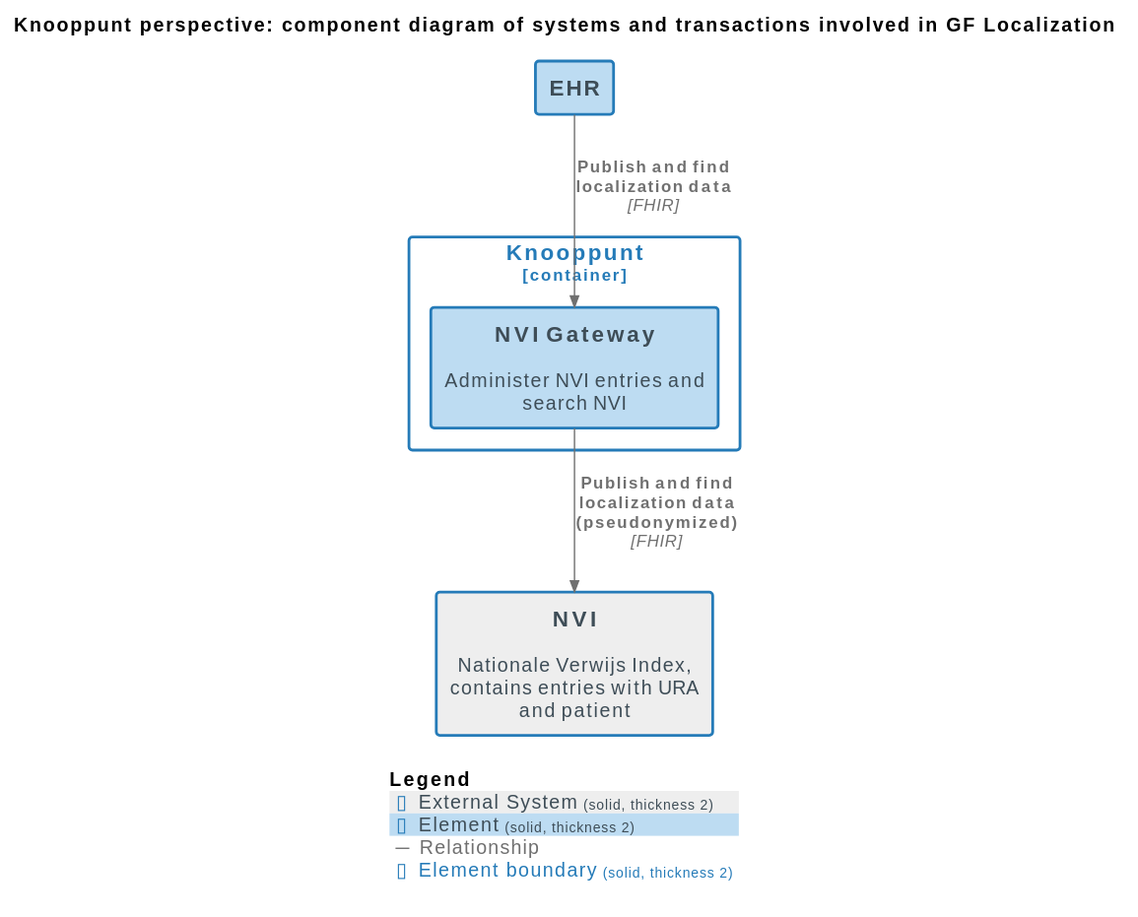
nuts-foundation/nuts-knooppunt keeps this PlantUML diagram as docs/images/structurizr-GF_Localization_ComponentDiagram.svg. Above is the earlier version.
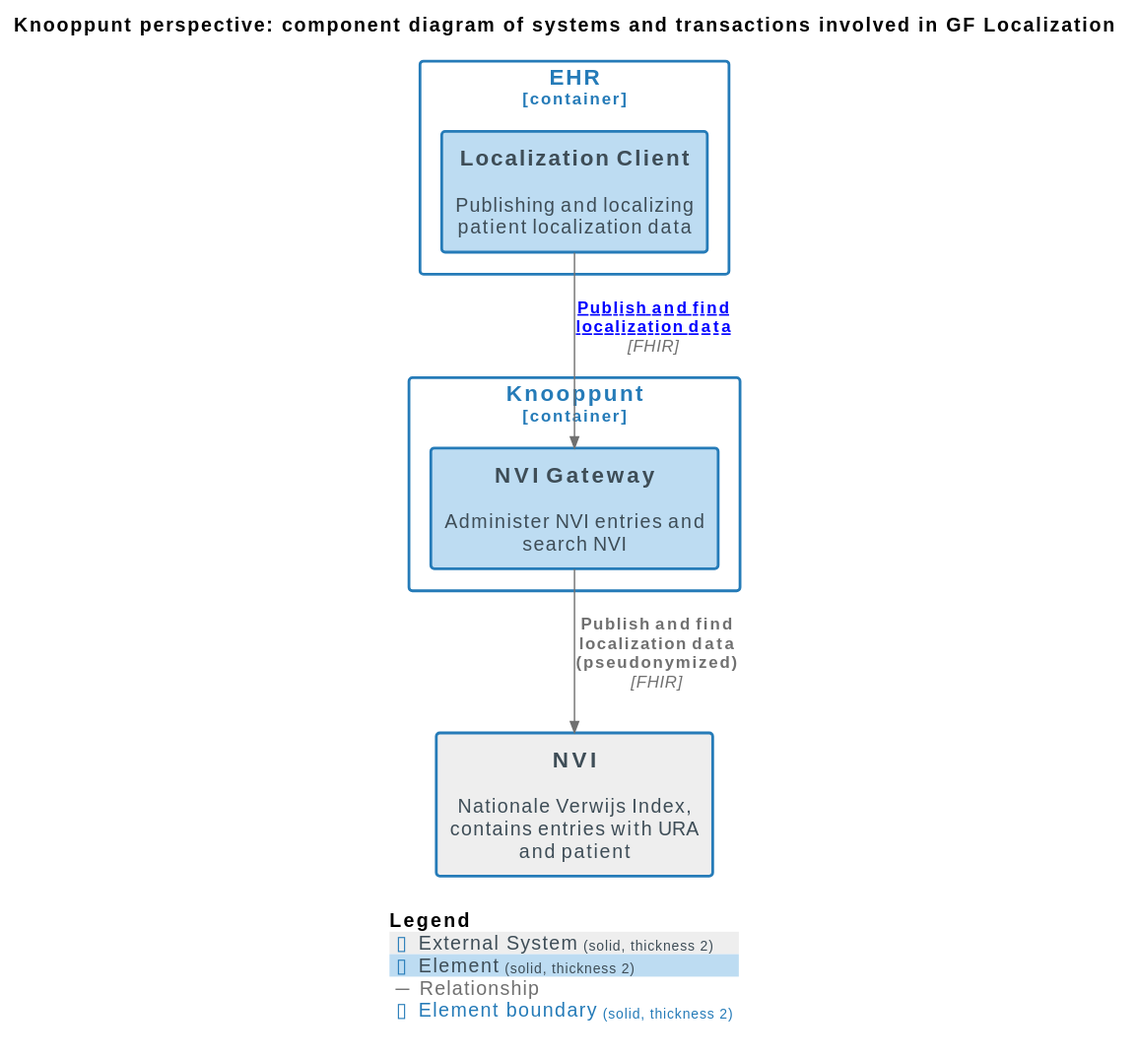
The same diagram one commit later.

Diff of the diagram source:
```diff
@@ -6,7 +6,6 @@
 
 !include <C4/C4>
 !include <C4/C4_Context>
-!include <C4/C4_Container>
 !include <C4/C4_Component>
 
 AddElementTag("External System", $bgColor="#eeeeee", $borderColor="#257bb8", $fontColor="#3e4d57", $sprite="", $shadowing="", $borderStyle="solid", $borderThickness="2")
@@ -17,13 +16,16 @@
 AddBoundaryTag("Element", $bgColor="#ffffff", $borderColor="#257bb8", $fontColor="#257bb8", $shadowing="", $borderStyle="solid", $borderThickness="2")
 
 System(NVI, "NVI", $descr="Nationale Verwijs Index, contains entries with URA and patient", $tags="External System", $link="")
-Container(XIS.EHR, "EHR", $techn="", $descr="", $tags="Element", $link="")
 
 Container_Boundary("XIS.Knooppunt_boundary", "Knooppunt", $tags="Element") {
   Component(XIS.Knooppunt.NVIGateway, "NVI Gateway", $techn="", $descr="Administer NVI entries and search NVI", $tags="Element", $link="")
 }
 
-Rel(XIS.EHR, XIS.Knooppunt.NVIGateway, "Publish and find localization data", $techn="FHIR", $tags="Relationship", $link="")
+Container_Boundary("XIS.EHR_boundary", "EHR", $tags="Element") {
+  Component(XIS.EHR.LocalizationClient, "Localization Client", $techn="", $descr="Publishing and localizing patient localization data", $tags="Element", $link="")
+}
+
+Rel(XIS.EHR.LocalizationClient, XIS.Knooppunt.NVIGateway, "Publish and find localization data", $techn="FHIR", $tags="Relationship", $link="http://knooppunt:8081/nvi")
 Rel(XIS.Knooppunt.NVIGateway, NVI, "Publish and find localization data\n(pseudonymized)", $techn="FHIR", $tags="Relationship", $link="")
 
 SHOW_LEGEND(true)
```
